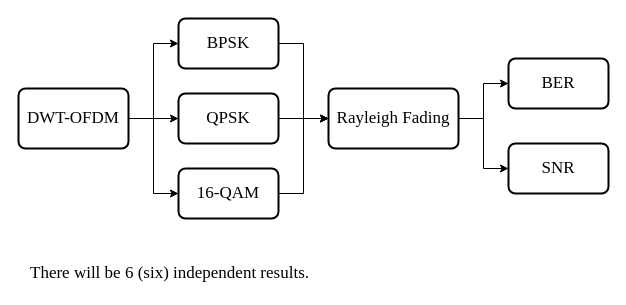
Above: page "compare" (10 of 10) of mod.drawio in troders34/research (draw.io), before the change. Source tidied: cells renumbered, new cells numbered last; positions are measured from the earlier drawing's top-left corner, leaving out a move shared by most shapes. Both pictures are drawn from the tidied source at 100%, with x=0, y=0 at pixel (18, 18).
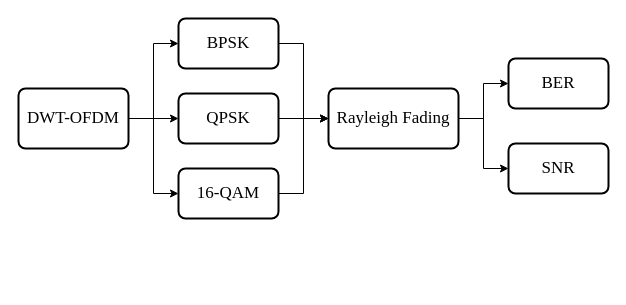
The same page after the edit.

What changed in the source:
```diff
@@
 <mxGraphModel>
   <root>
     <mxCell id="0" />
     <mxCell id="1" parent="0" />
     <mxCell id="2" style="edgeStyle=orthogonalEdgeStyle;rounded=0;jettySize=auto;html=1;exitX=1;exitY=0.5;exitDx=0;exitDy=0;entryX=0;entryY=0.5;entryDx=0;entryDy=0;" parent="1" edge="1" source="3" target="10">
       <mxGeometry relative="1" as="geometry" />
     </mxCell>
     <mxCell id="3" value="BPSK" style="rounded=1;whiteSpace=wrap;html=1;absoluteArcSize=1;arcSize=14;strokeWidth=2;fontFamily=Times New Roman;fontSize=17;" parent="1" vertex="1">
       <mxGeometry x="160" width="100" height="50" as="geometry" />
     </mxCell>
     <mxCell id="4" style="edgeStyle=orthogonalEdgeStyle;rounded=0;jettySize=auto;html=1;exitX=1;exitY=0.5;exitDx=0;exitDy=0;entryX=0;entryY=0.5;entryDx=0;entryDy=0;" parent="1" edge="1" source="5" target="10">
       <mxGeometry relative="1" as="geometry" />
     </mxCell>
     <mxCell id="5" value="QPSK" style="rounded=1;whiteSpace=wrap;html=1;absoluteArcSize=1;arcSize=14;strokeWidth=2;fontFamily=Times New Roman;fontSize=17;" parent="1" vertex="1">
       <mxGeometry x="160" y="75" width="100" height="50" as="geometry" />
     </mxCell>
     <mxCell id="6" style="edgeStyle=orthogonalEdgeStyle;rounded=0;jettySize=auto;html=1;exitX=1;exitY=0.5;exitDx=0;exitDy=0;entryX=0;entryY=0.5;entryDx=0;entryDy=0;" parent="1" edge="1" source="7" target="10">
       <mxGeometry relative="1" as="geometry" />
     </mxCell>
     <mxCell id="7" value="16-QAM" style="rounded=1;whiteSpace=wrap;html=1;absoluteArcSize=1;arcSize=14;strokeWidth=2;fontFamily=Times New Roman;fontSize=17;" parent="1" vertex="1">
       <mxGeometry x="160" y="150" width="100" height="50" as="geometry" />
     </mxCell>
     <mxCell id="8" style="edgeStyle=orthogonalEdgeStyle;rounded=0;jettySize=auto;html=1;exitX=1;exitY=0.5;exitDx=0;exitDy=0;entryX=0;entryY=0.5;entryDx=0;entryDy=0;" parent="1" edge="1" source="10" target="11">
       <mxGeometry relative="1" as="geometry" />
     </mxCell>
     <mxCell id="9" style="edgeStyle=orthogonalEdgeStyle;rounded=0;jettySize=auto;html=1;exitX=1;exitY=0.5;exitDx=0;exitDy=0;entryX=0;entryY=0.5;entryDx=0;entryDy=0;" parent="1" edge="1" source="10" target="12">
       <mxGeometry relative="1" as="geometry" />
     </mxCell>
     <mxCell id="10" value="Rayleigh Fading" style="rounded=1;whiteSpace=wrap;html=1;absoluteArcSize=1;arcSize=14;strokeWidth=2;fontFamily=Times New Roman;fontSize=17;" parent="1" vertex="1">
       <mxGeometry x="310" y="70" width="130" height="60" as="geometry" />
     </mxCell>
     <mxCell id="11" value="BER" style="rounded=1;whiteSpace=wrap;html=1;absoluteArcSize=1;arcSize=14;strokeWidth=2;fontFamily=Times New Roman;fontSize=17;" parent="1" vertex="1">
       <mxGeometry x="490" y="40" width="100" height="50" as="geometry" />
     </mxCell>
     <mxCell id="12" value="SNR" style="rounded=1;whiteSpace=wrap;html=1;absoluteArcSize=1;arcSize=14;strokeWidth=2;fontFamily=Times New Roman;fontSize=17;" parent="1" vertex="1">
       <mxGeometry x="490" y="125" width="100" height="50" as="geometry" />
     </mxCell>
     <mxCell id="13" style="edgeStyle=orthogonalEdgeStyle;rounded=0;jettySize=auto;html=1;exitX=1;exitY=0.5;exitDx=0;exitDy=0;entryX=0;entryY=0.5;entryDx=0;entryDy=0;" parent="1" edge="1" source="16" target="5">
       <mxGeometry relative="1" as="geometry" />
     </mxCell>
     <mxCell id="14" style="edgeStyle=orthogonalEdgeStyle;rounded=0;jettySize=auto;html=1;exitX=1;exitY=0.5;exitDx=0;exitDy=0;entryX=0;entryY=0.5;entryDx=0;entryDy=0;" parent="1" edge="1" source="16" target="3">
       <mxGeometry relative="1" as="geometry" />
     </mxCell>
     <mxCell id="15" style="edgeStyle=orthogonalEdgeStyle;rounded=0;jettySize=auto;html=1;exitX=1;exitY=0.5;exitDx=0;exitDy=0;entryX=0;entryY=0.5;entryDx=0;entryDy=0;" parent="1" edge="1" source="16" target="7">
       <mxGeometry relative="1" as="geometry" />
     </mxCell>
     <mxCell id="16" value="DWT-OFDM" style="rounded=1;whiteSpace=wrap;html=1;absoluteArcSize=1;arcSize=14;strokeWidth=2;fontFamily=Times New Roman;fontSize=17;" parent="1" vertex="1">
       <mxGeometry y="70" width="110" height="60" as="geometry" />
     </mxCell>
-    <mxCell id="17" value="There will be 6 (six) independent results." style="text;html=1;align=left;verticalAlign=middle;whiteSpace=wrap;rounded=0;fontFamily=Times New Roman;fontSize=17;" parent="1" vertex="1">
-      <mxGeometry x="10" y="240" width="330" height="30" as="geometry" />
-    </mxCell>
   </root>
 </mxGraphModel>
```
